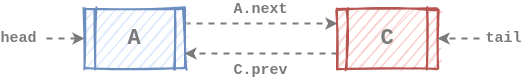
Before: assets/images/data-structure/linked-list/dll-remove_at4.png, a diagram exported from draw.io (rolemadelen/euisblue.github.io). Source tidied: cells renumbered, new cells last; positions are measured from the earlier drawing's top-left corner, leaving out a move shared by most shapes. Its diagram source:
```xml
<mxGraphModel>
  <root>
    <mxCell id="0" />
    <mxCell id="1" parent="0" />
    <mxCell id="2" value="&lt;span style=&quot;color: rgb(122 , 122 , 122) ; font-family: &amp;#34;courier new&amp;#34; ; font-size: 15px&quot;&gt;&lt;b&gt;A.next&lt;/b&gt;&lt;/span&gt;" style="rounded=0;sketch=0;jettySize=auto;html=1;exitX=1;exitY=0.25;exitDx=0;exitDy=0;entryX=0;entryY=0.25;entryDx=0;entryDy=0;dashed=1;endArrow=classic;endFill=1;strokeColor=#7a7a7a;strokeWidth=2;" parent="1" edge="1" source="3" target="5">
      <mxGeometry y="14" relative="1" as="geometry" />
    </mxCell>
    <mxCell id="3" value="&lt;b&gt;&lt;font style=&quot;font-size: 22px&quot; face=&quot;Courier New&quot; color=&quot;#7a7a7a&quot;&gt;A&lt;/font&gt;&lt;/b&gt;" style="shape=process;whiteSpace=wrap;html=1;backgroundOutline=1;fillColor=#dae8fc;strokeColor=#6c8ebf;gradientDirection=east;strokeWidth=2;shadow=0;glass=0;sketch=1;" parent="1" vertex="1">
      <mxGeometry x="38" width="100" height="60" as="geometry" />
    </mxCell>
    <mxCell id="4" value="&lt;b style=&quot;color: rgb(122 , 122 , 122) ; font-family: &amp;#34;courier new&amp;#34; ; font-size: 15px ; font-style: normal ; letter-spacing: normal ; text-align: center ; text-indent: 0px ; text-transform: none ; word-spacing: 0px ; background-color: rgb(255 , 255 , 255)&quot;&gt;C.prev&lt;/b&gt;" style="rounded=0;sketch=0;jettySize=auto;html=1;exitX=0;exitY=0.75;exitDx=0;exitDy=0;entryX=1;entryY=0.75;entryDx=0;entryDy=0;dashed=1;endArrow=classic;endFill=1;strokeColor=#7a7a7a;strokeWidth=2;" parent="1" edge="1" source="5" target="3">
      <mxGeometry x="0.01" y="17" relative="1" as="geometry" />
    </mxCell>
    <mxCell id="5" value="&lt;div&gt;&lt;b style=&quot;font-size: 22px ; color: rgb(122 , 122 , 122) ; font-family: &amp;#34;courier new&amp;#34;&quot;&gt;C&lt;/b&gt;&lt;/div&gt;" style="shape=process;whiteSpace=wrap;html=1;backgroundOutline=1;fillColor=#f8cecc;strokeColor=#b85450;gradientDirection=east;strokeWidth=2;shadow=0;glass=0;sketch=1;align=center;" parent="1" vertex="1">
      <mxGeometry x="291" width="100" height="60" as="geometry" />
    </mxCell>
    <mxCell id="6" value="&lt;span style=&quot;color: rgb(122 , 122 , 122) ; font-family: &amp;#34;courier new&amp;#34; ; font-size: 15px ; font-style: normal ; font-weight: 700 ; letter-spacing: normal ; text-align: center ; text-indent: 0px ; text-transform: none ; word-spacing: 0px ; background-color: rgb(255 , 255 , 255) ; display: inline ; float: none&quot;&gt;tail&lt;/span&gt;" style="endArrow=classic;html=1;dashed=1;strokeColor=#7a7a7a;strokeWidth=2;entryX=1;entryY=0.5;entryDx=0;entryDy=0;" parent="1" edge="1" target="5">
      <mxGeometry x="-1" y="-24" relative="1" as="geometry">
        <mxPoint x="433" y="30" as="sourcePoint" />
        <mxPoint x="24" y="24" as="offset" />
      </mxGeometry>
    </mxCell>
    <mxCell id="7" value="&lt;font style=&quot;font-size: 15px&quot; face=&quot;Courier New&quot; color=&quot;#7a7a7a&quot;&gt;head&lt;/font&gt;" style="endArrow=classic;html=1;dashed=1;strokeColor=#7a7a7a;strokeWidth=2;entryX=0;entryY=0.5;entryDx=0;entryDy=0;fontStyle=1;" parent="1" edge="1" target="3">
      <mxGeometry x="-1" y="-28" relative="1" as="geometry">
        <mxPoint y="30" as="sourcePoint" />
        <mxPoint x="-28" y="-28" as="offset" />
      </mxGeometry>
    </mxCell>
  </root>
</mxGraphModel>
```
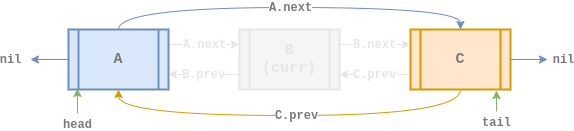
After the change.

Diff of the diagram source:
```diff
@@ -2,29 +2,66 @@
   <root>
     <mxCell id="0" />
     <mxCell id="1" parent="0" />
-    <mxCell id="2" value="&lt;span style=&quot;color: rgb(122 , 122 , 122) ; font-family: &amp;#34;courier new&amp;#34; ; font-size: 15px&quot;&gt;&lt;b&gt;A.next&lt;/b&gt;&lt;/span&gt;" style="rounded=0;sketch=0;jettySize=auto;html=1;exitX=1;exitY=0.25;exitDx=0;exitDy=0;entryX=0;entryY=0.25;entryDx=0;entryDy=0;dashed=1;endArrow=classic;endFill=1;strokeColor=#7a7a7a;strokeWidth=2;" parent="1" edge="1" source="3" target="5">
-      <mxGeometry y="14" relative="1" as="geometry" />
+    <mxCell id="2" value="&lt;font color=&quot;#7a7a7a&quot; face=&quot;courier new&quot;&gt;&lt;span style=&quot;font-size: 12px&quot;&gt;&lt;b&gt;head&lt;/b&gt;&lt;/span&gt;&lt;/font&gt;" style="rounded=0;jettySize=auto;html=1;fillColor=#d5e8d4;strokeColor=#82b366;entryX=0.09;entryY=0.983;entryDx=0;entryDy=0;entryPerimeter=0;" parent="1" edge="1" target="11">
+      <mxGeometry x="-1" y="-11" relative="1" as="geometry">
+        <mxPoint x="-42" y="84" as="sourcePoint" />
+        <mxPoint x="-11" y="11" as="offset" />
+      </mxGeometry>
     </mxCell>
-    <mxCell id="3" value="&lt;b&gt;&lt;font style=&quot;font-size: 22px&quot; face=&quot;Courier New&quot; color=&quot;#7a7a7a&quot;&gt;A&lt;/font&gt;&lt;/b&gt;" style="shape=process;whiteSpace=wrap;html=1;backgroundOutline=1;fillColor=#dae8fc;strokeColor=#6c8ebf;gradientDirection=east;strokeWidth=2;shadow=0;glass=0;sketch=1;" parent="1" vertex="1">
-      <mxGeometry x="38" width="100" height="60" as="geometry" />
+    <mxCell id="3" value="&lt;font color=&quot;#7a7a7a&quot; face=&quot;courier new&quot;&gt;&lt;span style=&quot;font-size: 12px&quot;&gt;&lt;b&gt;tail&lt;/b&gt;&lt;/span&gt;&lt;/font&gt;" style="rounded=0;jettySize=auto;html=1;fillColor=#d5e8d4;strokeColor=#82b366;entryX=0.86;entryY=1.017;entryDx=0;entryDy=0;entryPerimeter=0;" parent="1" edge="1" target="5">
+      <mxGeometry x="-1" y="-11" relative="1" as="geometry">
+        <mxPoint x="377" y="82" as="sourcePoint" />
+        <mxPoint x="-11" y="11" as="offset" />
+      </mxGeometry>
     </mxCell>
-    <mxCell id="4" value="&lt;b style=&quot;color: rgb(122 , 122 , 122) ; font-family: &amp;#34;courier new&amp;#34; ; font-size: 15px ; font-style: normal ; letter-spacing: normal ; text-align: center ; text-indent: 0px ; text-transform: none ; word-spacing: 0px ; background-color: rgb(255 , 255 , 255)&quot;&gt;C.prev&lt;/b&gt;" style="rounded=0;sketch=0;jettySize=auto;html=1;exitX=0;exitY=0.75;exitDx=0;exitDy=0;entryX=1;entryY=0.75;entryDx=0;entryDy=0;dashed=1;endArrow=classic;endFill=1;strokeColor=#7a7a7a;strokeWidth=2;" parent="1" edge="1" source="5" target="3">
-      <mxGeometry x="0.01" y="17" relative="1" as="geometry" />
+    <mxCell id="4" value="&lt;b style=&quot;font-size: 11px ; font-style: normal ; letter-spacing: normal ; text-align: center ; text-indent: 0px ; text-transform: none ; word-spacing: 0px ; font-family: &amp;#34;courier new&amp;#34;&quot;&gt;&lt;font style=&quot;font-size: 12px&quot; color=&quot;#e6e6e6&quot;&gt;C.prev&lt;/font&gt;&lt;/b&gt;" style="edgeStyle=none;rounded=0;sketch=0;jettySize=auto;html=1;exitX=0;exitY=0.75;exitDx=0;exitDy=0;entryX=1;entryY=0.75;entryDx=0;entryDy=0;strokeWidth=1;fillColor=#ffe6cc;strokeColor=#E6E6E6;" parent="1" edge="1" source="5" target="8">
+      <mxGeometry relative="1" as="geometry" />
     </mxCell>
-    <mxCell id="5" value="&lt;div&gt;&lt;b style=&quot;font-size: 22px ; color: rgb(122 , 122 , 122) ; font-family: &amp;#34;courier new&amp;#34;&quot;&gt;C&lt;/b&gt;&lt;/div&gt;" style="shape=process;whiteSpace=wrap;html=1;backgroundOutline=1;fillColor=#f8cecc;strokeColor=#b85450;gradientDirection=east;strokeWidth=2;shadow=0;glass=0;sketch=1;align=center;" parent="1" vertex="1">
+    <mxCell id="5" value="&lt;b&gt;&lt;font style=&quot;font-size: 15px ; font-style: normal&quot; face=&quot;Courier New&quot; color=&quot;#7a7a7a&quot;&gt;C&lt;/font&gt;&lt;/b&gt;" style="shape=process;whiteSpace=wrap;html=1;backgroundOutline=1;fillColor=#ffe6cc;strokeColor=#d79b00;gradientDirection=east;strokeWidth=2;shadow=0;glass=0;sketch=0;fontStyle=2;" parent="1" vertex="1">
       <mxGeometry x="291" width="100" height="60" as="geometry" />
     </mxCell>
-    <mxCell id="6" value="&lt;span style=&quot;color: rgb(122 , 122 , 122) ; font-family: &amp;#34;courier new&amp;#34; ; font-size: 15px ; font-style: normal ; font-weight: 700 ; letter-spacing: normal ; text-align: center ; text-indent: 0px ; text-transform: none ; word-spacing: 0px ; background-color: rgb(255 , 255 , 255) ; display: inline ; float: none&quot;&gt;tail&lt;/span&gt;" style="endArrow=classic;html=1;dashed=1;strokeColor=#7a7a7a;strokeWidth=2;entryX=1;entryY=0.5;entryDx=0;entryDy=0;" parent="1" edge="1" target="5">
-      <mxGeometry x="-1" y="-24" relative="1" as="geometry">
-        <mxPoint x="433" y="30" as="sourcePoint" />
-        <mxPoint x="24" y="24" as="offset" />
-      </mxGeometry>
+    <mxCell id="6" value="&lt;b style=&quot;font-size: 11px ; letter-spacing: normal ; text-align: center ; text-indent: 0px ; text-transform: none ; word-spacing: 0px ; font-family: &amp;#34;courier new&amp;#34;&quot;&gt;&lt;font style=&quot;font-size: 12px&quot; color=&quot;#e6e6e6&quot;&gt;B.next&lt;/font&gt;&lt;/b&gt;" style="rounded=0;sketch=0;jettySize=auto;html=1;exitX=1;exitY=0.25;exitDx=0;exitDy=0;entryX=0;entryY=0.25;entryDx=0;entryDy=0;strokeWidth=1;fillColor=#f8cecc;fontStyle=0;strokeColor=#E6E6E6;" parent="1" edge="1" source="8" target="5">
+      <mxGeometry x="-0.01" relative="1" as="geometry" />
     </mxCell>
-    <mxCell id="7" value="&lt;font style=&quot;font-size: 15px&quot; face=&quot;Courier New&quot; color=&quot;#7a7a7a&quot;&gt;head&lt;/font&gt;" style="endArrow=classic;html=1;dashed=1;strokeColor=#7a7a7a;strokeWidth=2;entryX=0;entryY=0.5;entryDx=0;entryDy=0;fontStyle=1;" parent="1" edge="1" target="3">
-      <mxGeometry x="-1" y="-28" relative="1" as="geometry">
-        <mxPoint y="30" as="sourcePoint" />
-        <mxPoint x="-28" y="-28" as="offset" />
-      </mxGeometry>
+    <mxCell id="7" value="&lt;b style=&quot;font-size: 11px ; font-style: normal ; letter-spacing: normal ; text-align: center ; text-indent: 0px ; text-transform: none ; word-spacing: 0px ; font-family: &amp;#34;courier new&amp;#34;&quot;&gt;&lt;font style=&quot;font-size: 12px&quot; color=&quot;#e6e6e6&quot;&gt;B.prev&lt;/font&gt;&lt;/b&gt;" style="edgeStyle=orthogonalEdgeStyle;rounded=0;jettySize=auto;html=1;exitX=0;exitY=0.75;exitDx=0;exitDy=0;entryX=1;entryY=0.75;entryDx=0;entryDy=0;fillColor=#f8cecc;strokeColor=#E6E6E6;" parent="1" edge="1" source="8" target="11">
+      <mxGeometry relative="1" as="geometry" />
     </mxCell>
+    <mxCell id="8" value="&lt;div&gt;&lt;font face=&quot;courier new&quot; style=&quot;font-size: 15px&quot; color=&quot;#e6e6e6&quot;&gt;B&lt;/font&gt;&lt;/div&gt;&lt;div&gt;&lt;font face=&quot;courier new&quot; style=&quot;font-size: 15px&quot; color=&quot;#e6e6e6&quot;&gt;(curr)&lt;/font&gt;&lt;/div&gt;" style="shape=process;whiteSpace=wrap;html=1;backgroundOutline=1;fillColor=#f5f5f5;gradientDirection=east;strokeWidth=2;shadow=0;glass=0;align=center;sketch=0;fontStyle=1;fontColor=#333333;strokeColor=#E6E6E6;" parent="1" vertex="1">
+      <mxGeometry x="120" width="100" height="60" as="geometry" />
+    </mxCell>
+    <mxCell id="9" value="&lt;font face=&quot;courier new&quot; color=&quot;#e6e6e6&quot;&gt;&lt;span style=&quot;font-size: 12px&quot;&gt;&lt;b&gt;A.next&lt;/b&gt;&lt;/span&gt;&lt;/font&gt;" style="edgeStyle=orthogonalEdgeStyle;curved=1;rounded=0;jettySize=auto;html=1;exitX=1;exitY=0.25;exitDx=0;exitDy=0;entryX=0;entryY=0.25;entryDx=0;entryDy=0;fillColor=#dae8fc;strokeColor=#E6E6E6;" parent="1" edge="1" source="11" target="8">
+      <mxGeometry relative="1" as="geometry" />
+    </mxCell>
+    <mxCell id="10" value="&lt;font color=&quot;#7a7a7a&quot; face=&quot;courier new&quot;&gt;&lt;span style=&quot;font-size: 12px&quot;&gt;&lt;b&gt;nil&lt;/b&gt;&lt;/span&gt;&lt;/font&gt;" style="rounded=0;jettySize=auto;html=1;exitX=0;exitY=0.5;exitDx=0;exitDy=0;fillColor=#dae8fc;strokeColor=#6c8ebf;" parent="1" edge="1" source="11">
+      <mxGeometry x="1" y="20" relative="1" as="geometry">
+        <mxPoint x="-89" y="30" as="targetPoint" />
+        <mxPoint x="-20" y="-20" as="offset" />
+      </mxGeometry>
+    </mxCell>
+    <mxCell id="11" value="&lt;div&gt;&lt;font color=&quot;#7a7a7a&quot; face=&quot;courier new&quot;&gt;&lt;span style=&quot;font-size: 15px&quot;&gt;A&lt;/span&gt;&lt;/font&gt;&lt;/div&gt;" style="shape=process;whiteSpace=wrap;html=1;backgroundOutline=1;fillColor=#dae8fc;strokeColor=#6c8ebf;gradientDirection=east;strokeWidth=2;shadow=0;glass=0;align=center;sketch=0;fontStyle=1;" parent="1" vertex="1">
+      <mxGeometry x="-51" width="100" height="60" as="geometry" />
+    </mxCell>
+    <mxCell id="12" value="&lt;font color=&quot;#7a7a7a&quot; face=&quot;courier new&quot;&gt;&lt;span style=&quot;font-size: 12px&quot;&gt;&lt;b&gt;nil&lt;/b&gt;&lt;/span&gt;&lt;/font&gt;" style="rounded=0;jettySize=auto;html=1;fillColor=#dae8fc;strokeColor=#6c8ebf;exitX=1;exitY=0.5;exitDx=0;exitDy=0;" parent="1" edge="1" source="5">
+      <mxGeometry x="1" y="16" relative="1" as="geometry">
+        <mxPoint x="428" y="30" as="targetPoint" />
+        <mxPoint x="16" y="16" as="offset" />
+      </mxGeometry>
+    </mxCell>
+    <mxCell id="13" value="&lt;font color=&quot;#7a7a7a&quot; face=&quot;courier new&quot;&gt;&lt;span style=&quot;font-size: 12px&quot;&gt;&lt;b&gt;A.next&lt;/b&gt;&lt;/span&gt;&lt;/font&gt;" style="edgeStyle=orthogonalEdgeStyle;curved=1;rounded=0;jettySize=auto;html=1;exitX=0.5;exitY=0;exitDx=0;exitDy=0;entryX=0.5;entryY=0;entryDx=0;entryDy=0;fillColor=#dae8fc;strokeColor=#6c8ebf;" parent="1" edge="1" source="11" target="5">
+      <mxGeometry relative="1" as="geometry">
+        <Array as="points">
+          <mxPoint x="-1" y="-22" />
+          <mxPoint x="341" y="-22" />
+        </Array>
+      </mxGeometry>
+    </mxCell>
+    <mxCell id="14" value="&lt;b style=&quot;color: rgb(0 , 0 , 0) ; font-size: 11px ; font-style: normal ; letter-spacing: normal ; text-align: center ; text-indent: 0px ; text-transform: none ; word-spacing: 0px ; font-family: &amp;#34;courier new&amp;#34;&quot;&gt;&lt;font color=&quot;#7a7a7a&quot; style=&quot;font-size: 12px&quot;&gt;C.prev&lt;/font&gt;&lt;/b&gt;" style="edgeStyle=orthogonalEdgeStyle;rounded=0;sketch=0;jettySize=auto;html=1;exitX=0.5;exitY=1;exitDx=0;exitDy=0;entryX=0.5;entryY=1;entryDx=0;entryDy=0;strokeColor=#d79b00;strokeWidth=1;fillColor=#ffe6cc;curved=1;" parent="1" edge="1" source="5" target="11">
+      <mxGeometry x="-0.03" relative="1" as="geometry">
+        <Array as="points">
+          <mxPoint x="341" y="86" />
+          <mxPoint x="-1" y="86" />
+        </Array>
+      </mxGeometry>
+    </mxCell>
   </root>
 </mxGraphModel>
```
